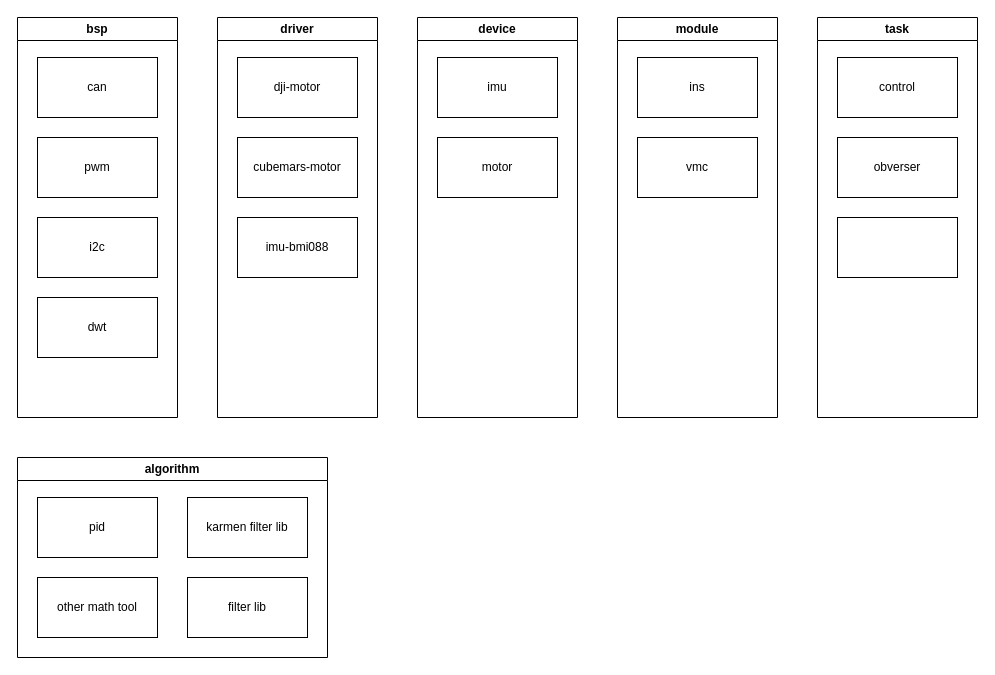
Serialist/wheel_legged keeps this draw.io diagram as wheel-legged.drawio. Above is the earlier version. Source tidied: cells renumbered, new cells numbered last; positions are measured from the earlier drawing's top-left corner, leaving out a move shared by most shapes. Both pictures are drawn from the tidied source at 100%, with x=0, y=0 at pixel (17, 17).
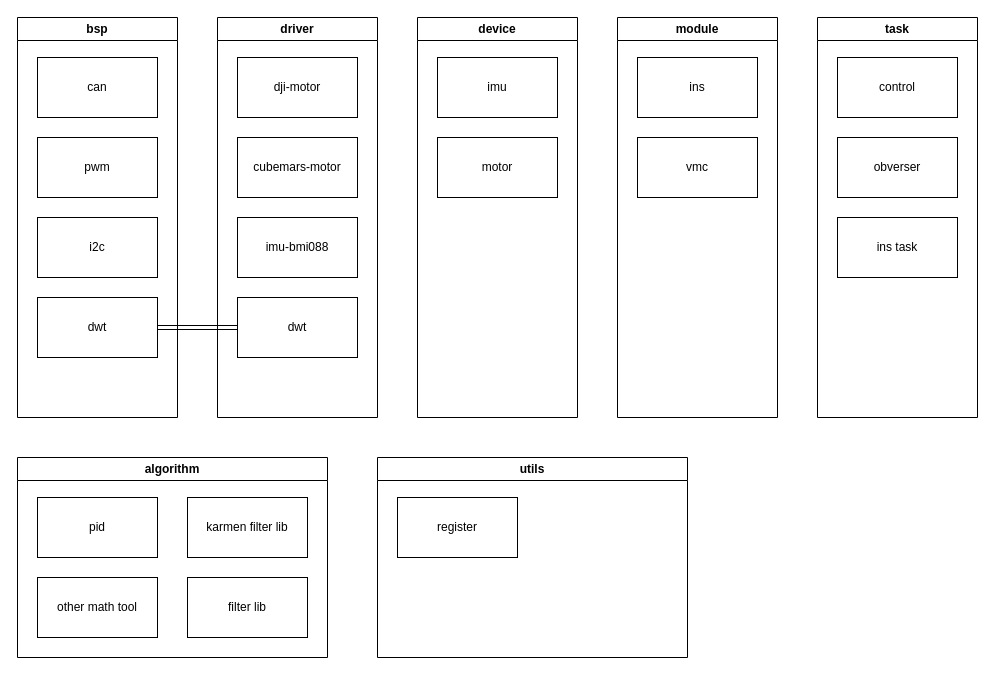
The same page after the edit.

The change refers to these unchanged cells:
```xml
<mxCell id="6" value="dwt" style="rounded=0;whiteSpace=wrap;html=1;" parent="2" vertex="1">
  <mxGeometry x="20" y="280" width="120" height="60" as="geometry" />
</mxCell>
<mxCell id="13" value="task" style="swimlane;whiteSpace=wrap;html=1;" parent="1" vertex="1">
  <mxGeometry x="800" width="160" height="400" as="geometry" />
</mxCell>
<mxCell id="17" value="driver" style="swimlane;whiteSpace=wrap;html=1;" parent="1" vertex="1">
  <mxGeometry x="200" width="160" height="400" as="geometry" />
</mxCell>
```

What changed in the source:
```diff
@@
-    <mxCell id="16" style="whiteSpace=wrap;html=1;" parent="13" vertex="1">
-      <mxGeometry x="20" y="200" width="120" height="60" as="geometry" />
-    </mxCell>
+    <mxCell id="26" value="ins task" style="rounded=0;whiteSpace=wrap;html=1;" parent="13" vertex="1">
+      <mxGeometry x="20" y="200" width="120" height="60" as="geometry" />
+    </mxCell>
@@
+    <mxCell id="27" value="dwt" style="rounded=0;whiteSpace=wrap;html=1;" parent="17" vertex="1">
+      <mxGeometry x="20" y="280" width="120" height="60" as="geometry" />
+    </mxCell>
@@
+    <mxCell id="28" value="utils" style="swimlane;whiteSpace=wrap;html=1;startSize=23;" parent="1" vertex="1">
+      <mxGeometry x="360" y="440" width="310" height="200" as="geometry" />
+    </mxCell>
+    <mxCell id="29" value="register" style="rounded=0;whiteSpace=wrap;html=1;" parent="28" vertex="1">
+      <mxGeometry x="20" y="40" width="120" height="60" as="geometry" />
+    </mxCell>
+    <mxCell id="30" style="shape=link;html=1;rounded=0;exitX=1;exitY=0.5;exitDx=0;exitDy=0;entryX=0;entryY=0.5;entryDx=0;entryDy=0;" parent="1" edge="1" source="6" target="27">
+      <mxGeometry relative="1" as="geometry" />
+    </mxCell>
```
